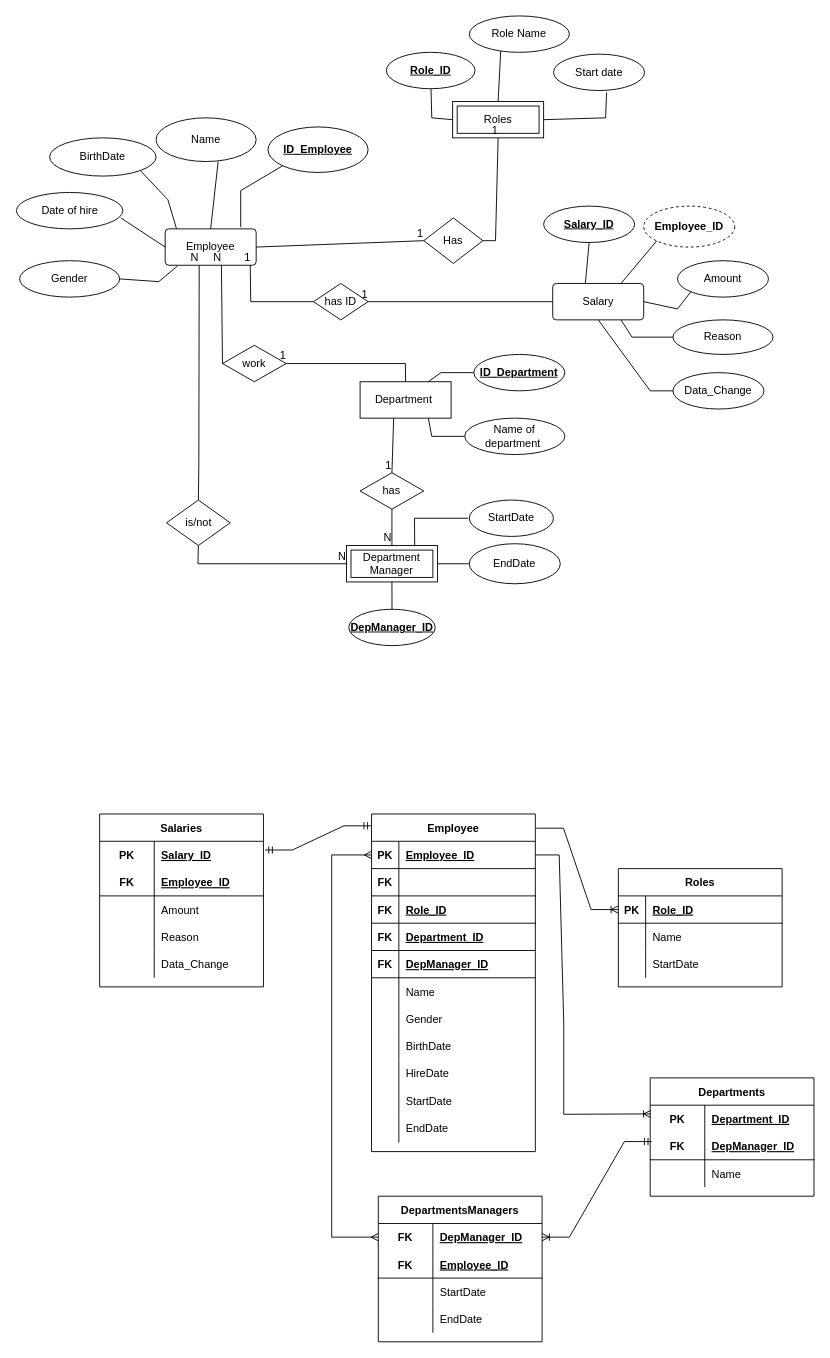
This is Untitled Diagram.drawio from Herikadesiree/webdev_CA1, a draw.io file, before an edit. Source tidied: cells renumbered, new cells numbered last; positions are measured from the earlier drawing's top-left corner, leaving out a move shared by most shapes. Both pictures are drawn from the tidied source at 91%, with x=0, y=0 at pixel (16, 15).
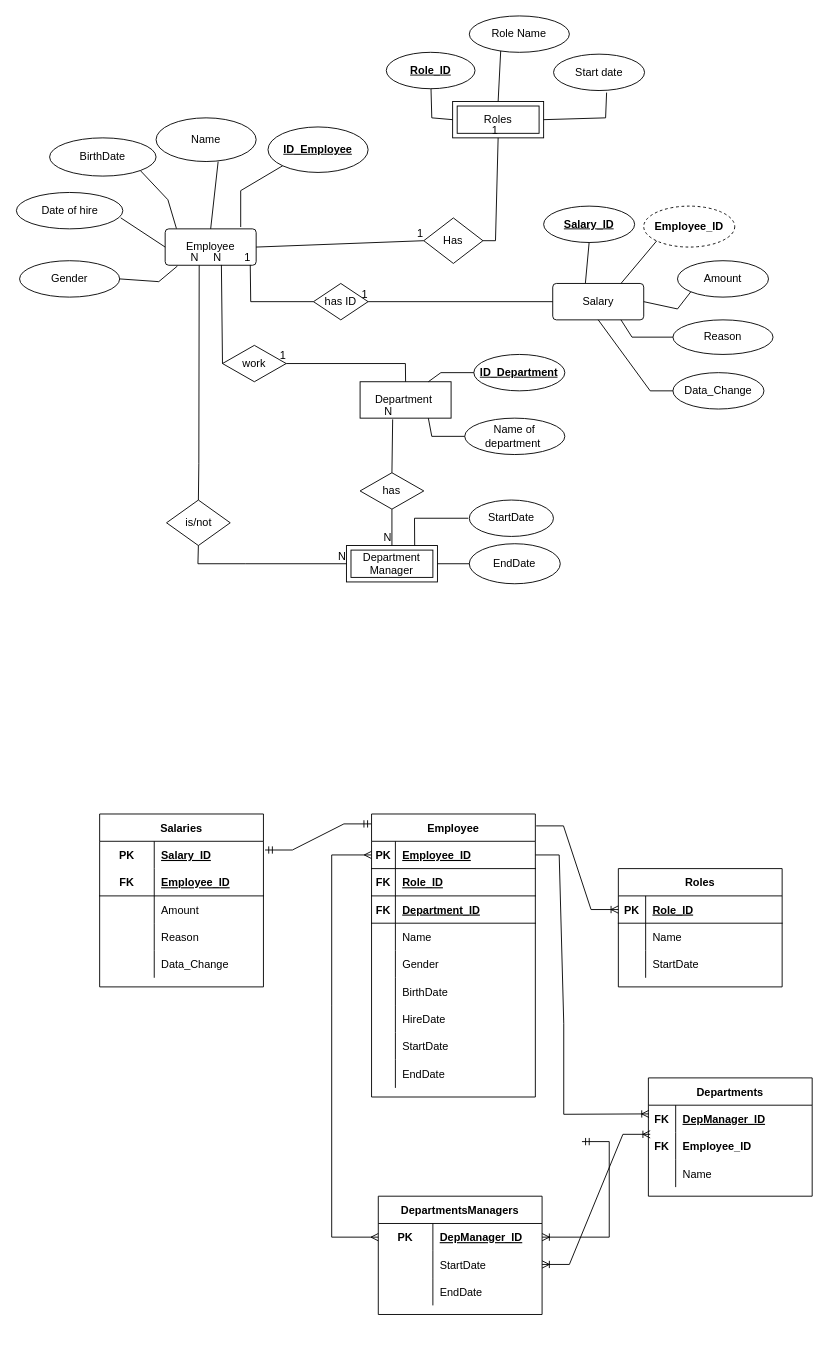
Above is the later version.

Unchanged cells that the change refers to:
```xml
<mxCell id="11" value="Department&amp;nbsp;" style="whiteSpace=wrap;html=1;align=center;" parent="1" vertex="1">
  <mxGeometry x="377.2" y="402" width="100" height="40" as="geometry" />
</mxCell>
<mxCell id="15" value="Department Manager" style="shape=ext;margin=3;double=1;whiteSpace=wrap;html=1;align=center;" parent="1" vertex="1">
  <mxGeometry x="362.2" y="582" width="100" height="40" as="geometry" />
</mxCell>
<mxCell id="21" style="shape=tableRow;horizontal=0;startSize=0;swimlaneHead=0;swimlaneBody=0;fillColor=none;points=[[0,0.5],[1,0.5]];portConstraint=eastwest;top=0;left=0;right=0;bottom=1;" parent="20" vertex="1">
  <mxGeometry y="30" width="180" height="30" as="geometry" />
</mxCell>
<mxCell id="65" style="shape=tableRow;horizontal=0;startSize=0;swimlaneHead=0;swimlaneBody=0;fillColor=none;points=[[0,0.5],[1,0.5]];portConstraint=eastwest;top=0;left=0;right=0;bottom=0;" parent="64" vertex="1">
  <mxGeometry y="30" width="180" height="30" as="geometry" />
</mxCell>
<mxCell id="96" value="has" style="shape=rhombus;perimeter=rhombusPerimeter;whiteSpace=wrap;html=1;align=center;" parent="1" vertex="1">
  <mxGeometry x="377.2" y="502" width="70" height="40" as="geometry" />
</mxCell>
<mxCell id="128" style="shape=tableRow;horizontal=0;startSize=0;swimlaneHead=0;swimlaneBody=0;fillColor=none;points=[[0,0.5],[1,0.5]];portConstraint=eastwest;top=0;left=0;right=0;bottom=0;" parent="127" vertex="1">
  <mxGeometry y="30" width="180" height="30" as="geometry" />
</mxCell>
```

The edit, as a diff of the source:
```diff
@@
     <mxCell id="20" value="Employee" style="shape=table;startSize=30;childLayout=tableLayout;rowLines=0;fontStyle=1;align=center;" parent="1" vertex="1">
-      <mxGeometry x="389.8" y="877" width="180" height="371" as="geometry" />
+      <mxGeometry x="389.8" y="877" width="180" height="311" as="geometry" />
     </mxCell>
@@
     <mxCell id="22" value="PK" style="shape=partialRectangle;fillColor=none;top=0;left=0;bottom=0;right=0;fontStyle=1;overflow=hidden;" parent="21" vertex="1">
-      <mxGeometry width="30" height="30" as="geometry" />
+      <mxGeometry width="26.2" height="30" as="geometry" />
     </mxCell>
     <mxCell id="23" value="Employee_ID" style="shape=partialRectangle;fillColor=none;top=0;left=0;bottom=0;right=0;align=left;spacingLeft=6;fontStyle=5;overflow=hidden;" parent="21" vertex="1">
-      <mxGeometry x="30" width="150" height="30" as="geometry" />
+      <mxGeometry x="26.2" width="153.8" height="30" as="geometry" />
     </mxCell>
-    <mxCell id="24" style="shape=tableRow;horizontal=0;startSize=0;swimlaneHead=0;swimlaneBody=0;fillColor=none;top=0;left=0;right=0;bottom=1;" parent="20" vertex="1">
-      <mxGeometry y="60" width="180" height="30" as="geometry" />
-    </mxCell>
-    <mxCell id="25" value="FK" style="shape=partialRectangle;fillColor=none;top=0;left=0;bottom=0;right=0;fontStyle=1;overflow=hidden;" parent="24" vertex="1">
-      <mxGeometry width="30" height="30" as="geometry" />
-    </mxCell>
-    <mxCell id="26" style="shape=partialRectangle;fillColor=none;top=0;left=0;bottom=0;right=0;align=left;spacingLeft=6;fontStyle=5;overflow=hidden;" parent="24" vertex="1">
-      <mxGeometry x="30" width="150" height="30" as="geometry" />
-    </mxCell>
     <mxCell id="27" style="shape=tableRow;horizontal=0;startSize=0;swimlaneHead=0;swimlaneBody=0;fillColor=none;top=0;left=0;right=0;bottom=1;" parent="20" vertex="1">
-      <mxGeometry y="90" width="180" height="30" as="geometry" />
+      <mxGeometry y="60" width="180" height="30" as="geometry" />
     </mxCell>
     <mxCell id="28" value="FK" style="shape=partialRectangle;fillColor=none;top=0;left=0;bottom=0;right=0;fontStyle=1;overflow=hidden;" parent="27" vertex="1">
-      <mxGeometry width="30" height="30" as="geometry" />
+      <mxGeometry width="26.2" height="30" as="geometry" />
     </mxCell>
     <mxCell id="29" value="Role_ID" style="shape=partialRectangle;fillColor=none;top=0;left=0;bottom=0;right=0;align=left;spacingLeft=6;fontStyle=5;overflow=hidden;" parent="27" vertex="1">
-      <mxGeometry x="30" width="150" height="30" as="geometry" />
+      <mxGeometry x="26.2" width="153.8" height="30" as="geometry" />
     </mxCell>
     <mxCell id="30" style="shape=tableRow;horizontal=0;startSize=0;swimlaneHead=0;swimlaneBody=0;fillColor=none;top=0;left=0;right=0;bottom=1;" parent="20" vertex="1">
-      <mxGeometry y="120" width="180" height="30" as="geometry" />
+      <mxGeometry y="90" width="180" height="30" as="geometry" />
     </mxCell>
     <mxCell id="31" value="FK" style="shape=partialRectangle;fillColor=none;top=0;left=0;bottom=0;right=0;fontStyle=1;overflow=hidden;" parent="30" vertex="1">
-      <mxGeometry width="30" height="30" as="geometry" />
+      <mxGeometry width="26.2" height="30" as="geometry" />
     </mxCell>
     <mxCell id="32" value="Department_ID" style="shape=partialRectangle;fillColor=none;top=0;left=0;bottom=0;right=0;align=left;spacingLeft=6;fontStyle=5;overflow=hidden;" parent="30" vertex="1">
-      <mxGeometry x="30" width="150" height="30" as="geometry" />
+      <mxGeometry x="26.2" width="153.8" height="30" as="geometry" />
     </mxCell>
-    <mxCell id="33" style="shape=tableRow;horizontal=0;startSize=0;swimlaneHead=0;swimlaneBody=0;fillColor=none;top=0;left=0;right=0;bottom=1;" parent="20" vertex="1">
-      <mxGeometry y="150" width="180" height="30" as="geometry" />
-    </mxCell>
-    <mxCell id="34" value="FK" style="shape=partialRectangle;fillColor=none;top=0;left=0;bottom=0;right=0;fontStyle=1;overflow=hidden;" parent="33" vertex="1">
-      <mxGeometry width="30" height="30" as="geometry" />
-    </mxCell>
-    <mxCell id="35" value="DepManager_ID" style="shape=partialRectangle;fillColor=none;top=0;left=0;bottom=0;right=0;align=left;spacingLeft=6;fontStyle=5;overflow=hidden;" parent="33" vertex="1">
-      <mxGeometry x="30" width="150" height="30" as="geometry" />
-    </mxCell>
     <mxCell id="36" style="shape=tableRow;horizontal=0;startSize=0;swimlaneHead=0;swimlaneBody=0;fillColor=none;top=0;left=0;right=0;bottom=0;" parent="20" vertex="1">
-      <mxGeometry y="180" width="180" height="30" as="geometry" />
+      <mxGeometry y="120" width="180" height="30" as="geometry" />
     </mxCell>
     <mxCell id="37" style="shape=partialRectangle;fillColor=none;top=0;left=0;bottom=0;right=0;overflow=hidden;" parent="36" vertex="1">
-      <mxGeometry width="30" height="30" as="geometry" />
+      <mxGeometry width="26.2" height="30" as="geometry" />
     </mxCell>
     <mxCell id="38" value="Name" style="shape=partialRectangle;fillColor=none;top=0;left=0;bottom=0;right=0;align=left;spacingLeft=6;overflow=hidden;" parent="36" vertex="1">
-      <mxGeometry x="30" width="150" height="30" as="geometry" />
+      <mxGeometry x="26.2" width="153.8" height="30" as="geometry" />
     </mxCell>
     <mxCell id="39" style="shape=tableRow;horizontal=0;startSize=0;swimlaneHead=0;swimlaneBody=0;fillColor=none;top=0;left=0;right=0;bottom=0;" parent="20" vertex="1">
-      <mxGeometry y="210" width="180" height="30" as="geometry" />
+      <mxGeometry y="150" width="180" height="30" as="geometry" />
     </mxCell>
     <mxCell id="40" style="shape=partialRectangle;fillColor=none;top=0;left=0;bottom=0;right=0;overflow=hidden;" parent="39" vertex="1">
-      <mxGeometry width="30" height="30" as="geometry" />
+      <mxGeometry width="26.2" height="30" as="geometry" />
     </mxCell>
     <mxCell id="41" value="Gender" style="shape=partialRectangle;fillColor=none;top=0;left=0;bottom=0;right=0;align=left;spacingLeft=6;overflow=hidden;" parent="39" vertex="1">
-      <mxGeometry x="30" width="150" height="30" as="geometry" />
+      <mxGeometry x="26.2" width="153.8" height="30" as="geometry" />
     </mxCell>
     <mxCell id="42" style="shape=tableRow;horizontal=0;startSize=0;swimlaneHead=0;swimlaneBody=0;fillColor=none;top=0;left=0;right=0;bottom=0;" parent="20" vertex="1">
-      <mxGeometry y="240" width="180" height="30" as="geometry" />
+      <mxGeometry y="180" width="180" height="30" as="geometry" />
     </mxCell>
     <mxCell id="43" style="shape=partialRectangle;fillColor=none;top=0;left=0;bottom=0;right=0;overflow=hidden;" parent="42" vertex="1">
-      <mxGeometry width="30" height="30" as="geometry" />
+      <mxGeometry width="26.2" height="30" as="geometry" />
     </mxCell>
     <mxCell id="44" value="BirthDate" style="shape=partialRectangle;fillColor=none;top=0;left=0;bottom=0;right=0;align=left;spacingLeft=6;overflow=hidden;" parent="42" vertex="1">
-      <mxGeometry x="30" width="150" height="30" as="geometry" />
+      <mxGeometry x="26.2" width="153.8" height="30" as="geometry" />
     </mxCell>
     <mxCell id="45" style="shape=tableRow;horizontal=0;startSize=0;swimlaneHead=0;swimlaneBody=0;fillColor=none;top=0;left=0;right=0;bottom=0;" parent="20" vertex="1">
-      <mxGeometry y="270" width="180" height="30" as="geometry" />
+      <mxGeometry y="210" width="180" height="30" as="geometry" />
     </mxCell>
     <mxCell id="46" style="shape=partialRectangle;fillColor=none;top=0;left=0;bottom=0;right=0;overflow=hidden;" parent="45" vertex="1">
-      <mxGeometry width="30" height="30" as="geometry" />
+      <mxGeometry width="26.2" height="30" as="geometry" />
     </mxCell>
     <mxCell id="47" value="HireDate" style="shape=partialRectangle;fillColor=none;top=0;left=0;bottom=0;right=0;align=left;spacingLeft=6;overflow=hidden;" parent="45" vertex="1">
-      <mxGeometry x="30" width="150" height="30" as="geometry" />
+      <mxGeometry x="26.2" width="153.8" height="30" as="geometry" />
     </mxCell>
     <mxCell id="48" style="shape=tableRow;horizontal=0;startSize=0;swimlaneHead=0;swimlaneBody=0;fillColor=none;top=0;left=0;right=0;bottom=0;" parent="20" vertex="1">
-      <mxGeometry y="300" width="180" height="30" as="geometry" />
+      <mxGeometry y="240" width="180" height="30" as="geometry" />
     </mxCell>
     <mxCell id="49" style="shape=partialRectangle;fillColor=none;top=0;left=0;bottom=0;right=0;overflow=hidden;" parent="48" vertex="1">
-      <mxGeometry width="30" height="30" as="geometry" />
+      <mxGeometry width="26.2" height="30" as="geometry" />
     </mxCell>
     <mxCell id="50" value="StartDate" style="shape=partialRectangle;fillColor=none;top=0;left=0;bottom=0;right=0;align=left;spacingLeft=6;overflow=hidden;" parent="48" vertex="1">
-      <mxGeometry x="30" width="150" height="30" as="geometry" />
+      <mxGeometry x="26.2" width="153.8" height="30" as="geometry" />
     </mxCell>
     <mxCell id="51" style="shape=tableRow;horizontal=0;startSize=0;swimlaneHead=0;swimlaneBody=0;fillColor=none;top=0;left=0;right=0;bottom=0;" parent="20" vertex="1">
-      <mxGeometry y="330" width="180" height="31" as="geometry" />
+      <mxGeometry y="270" width="180" height="31" as="geometry" />
     </mxCell>
     <mxCell id="52" style="shape=partialRectangle;fillColor=none;top=0;left=0;bottom=0;right=0;overflow=hidden;" parent="51" vertex="1">
-      <mxGeometry width="30" height="31" as="geometry" />
+      <mxGeometry width="26.2" height="31" as="geometry" />
     </mxCell>
     <mxCell id="53" value="EndDate" style="shape=partialRectangle;fillColor=none;top=0;left=0;bottom=0;right=0;align=left;spacingLeft=6;overflow=hidden;" parent="51" vertex="1">
-      <mxGeometry x="30" width="150" height="31" as="geometry" />
+      <mxGeometry x="26.2" width="153.8" height="31" as="geometry" />
     </mxCell>
@@
     <mxCell id="64" value="DepartmentsManagers" style="shape=table;startSize=30;childLayout=tableLayout;rowLines=0;fontStyle=1;align=center;" parent="1" vertex="1">
-      <mxGeometry x="397.2" y="1297" width="180" height="160" as="geometry" />
+      <mxGeometry x="397.2" y="1297" width="180" height="130" as="geometry" />
     </mxCell>
@@
-    <mxCell id="66" value="FK" style="shape=partialRectangle;fillColor=none;top=0;left=0;bottom=0;right=0;fontStyle=1;overflow=hidden;" parent="65" vertex="1">
+    <mxCell id="66" value="PK" style="shape=partialRectangle;fillColor=none;top=0;left=0;bottom=0;right=0;fontStyle=1;overflow=hidden;" parent="65" vertex="1">
       <mxGeometry width="60" height="30" as="geometry" />
     </mxCell>
@@
-    <mxCell id="68" style="shape=tableRow;horizontal=0;startSize=0;swimlaneHead=0;swimlaneBody=0;fillColor=none;top=0;left=0;right=0;bottom=1;" parent="64" vertex="1">
-      <mxGeometry y="60" width="180" height="30" as="geometry" />
-    </mxCell>
-    <mxCell id="69" value="FK" style="shape=partialRectangle;fillColor=none;top=0;left=0;bottom=0;right=0;fontStyle=1;overflow=hidden;" parent="68" vertex="1">
-      <mxGeometry width="60" height="30" as="geometry" />
-    </mxCell>
-    <mxCell id="70" value="Employee_ID" style="shape=partialRectangle;fillColor=none;top=0;left=0;bottom=0;right=0;align=left;spacingLeft=6;fontStyle=5;overflow=hidden;" parent="68" vertex="1">
-      <mxGeometry x="60" width="120" height="30" as="geometry" />
-    </mxCell>
     <mxCell id="71" style="shape=tableRow;horizontal=0;startSize=0;swimlaneHead=0;swimlaneBody=0;fillColor=none;points=[[0,0.5],[1,0.5]];portConstraint=eastwest;top=0;left=0;right=0;bottom=0;" parent="64" vertex="1">
-      <mxGeometry y="90" width="180" height="30" as="geometry" />
+      <mxGeometry y="60" width="180" height="30" as="geometry" />
     </mxCell>
@@
     <mxCell id="74" style="shape=tableRow;horizontal=0;startSize=0;swimlaneHead=0;swimlaneBody=0;fillColor=none;top=0;left=0;right=0;bottom=0;" parent="64" vertex="1">
-      <mxGeometry y="120" width="180" height="30" as="geometry" />
+      <mxGeometry y="90" width="180" height="30" as="geometry" />
     </mxCell>
@@
-    <mxCell id="94" style="edgeStyle=entityRelationEdgeStyle;fontSize=12;html=1;endArrow=ERoneToMany;startArrow=ERmandOne;rounded=0;entryX=1;entryY=0.5;entryDx=0;entryDy=0;exitX=0.009;exitY=0.333;exitDx=0;exitDy=0;exitPerimeter=0;" parent="1" edge="1" source="131" target="65">
-      <mxGeometry relative="1" as="geometry" />
+    <mxCell id="94" style="edgeStyle=entityRelationEdgeStyle;fontSize=12;html=1;endArrow=ERoneToMany;startArrow=ERmandOne;rounded=0;entryX=1;entryY=0.5;entryDx=0;entryDy=0;exitX=0.009;exitY=0.333;exitDx=0;exitDy=0;exitPerimeter=0;" parent="1" edge="1" target="65">
+      <mxGeometry relative="1" as="geometry">
+        <mxPoint x="621" y="1237" as="sourcePoint" />
+      </mxGeometry>
     </mxCell>
@@
-    <mxCell id="97" style="endArrow=none;html=1;rounded=0;entryX=0.5;entryY=0;entryDx=0;entryDy=0;exitX=0.369;exitY=0.997;exitDx=0;exitDy=0;exitPerimeter=0;" parent="1" edge="1" source="11" target="96">
-      <mxGeometry relative="1" as="geometry" />
-    </mxCell>
-    <mxCell id="98" value="1" style="html=1;align=right;verticalAlign=bottom;" parent="97" vertex="1">
-      <mxGeometry x="1" relative="1" as="geometry" />
-    </mxCell>
@@
-    <mxCell id="117" value="&lt;b&gt;DepManager_ID&lt;/b&gt;" style="ellipse;whiteSpace=wrap;html=1;align=center;fontStyle=4;" parent="1" vertex="1">
-      <mxGeometry x="364.8" y="652" width="95" height="40" as="geometry" />
-    </mxCell>
@@
     <mxCell id="127" value="Departments" style="shape=table;startSize=30;childLayout=tableLayout;rowLines=0;fontStyle=1;align=center;" parent="1" vertex="1">
-      <mxGeometry x="696" y="1167" width="180" height="130" as="geometry" />
+      <mxGeometry x="694" y="1167" width="180" height="130" as="geometry" />
     </mxCell>
@@
-    <mxCell id="129" value="PK" style="shape=partialRectangle;fillColor=none;top=0;left=0;bottom=0;right=0;fontStyle=1;overflow=hidden;" parent="128" vertex="1">
-      <mxGeometry width="60" height="30" as="geometry" />
+    <mxCell id="129" value="FK" style="shape=partialRectangle;fillColor=none;top=0;left=0;bottom=0;right=0;fontStyle=1;overflow=hidden;" parent="128" vertex="1">
+      <mxGeometry width="30" height="30" as="geometry" />
     </mxCell>
-    <mxCell id="130" value="Department_ID" style="shape=partialRectangle;fillColor=none;top=0;left=0;bottom=0;right=0;align=left;spacingLeft=6;fontStyle=5;overflow=hidden;" parent="128" vertex="1">
-      <mxGeometry x="60" width="120" height="30" as="geometry" />
+    <mxCell id="130" value="DepManager_ID" style="shape=partialRectangle;fillColor=none;top=0;left=0;bottom=0;right=0;align=left;spacingLeft=6;fontStyle=5;overflow=hidden;" parent="128" vertex="1">
+      <mxGeometry x="30" width="150" height="30" as="geometry" />
     </mxCell>
-    <mxCell id="131" style="shape=tableRow;horizontal=0;startSize=0;swimlaneHead=0;swimlaneBody=0;fillColor=none;points=[[0,0.5],[1,0.5]];portConstraint=eastwest;top=0;left=0;right=0;bottom=1;" parent="127" vertex="1">
-      <mxGeometry y="60" width="180" height="30" as="geometry" />
-    </mxCell>
-    <mxCell id="132" value="FK" style="shape=partialRectangle;fillColor=none;top=0;left=0;bottom=0;right=0;fontStyle=1;overflow=hidden;" parent="131" vertex="1">
-      <mxGeometry width="60" height="30" as="geometry" />
-    </mxCell>
-    <mxCell id="133" value="DepManager_ID" style="shape=partialRectangle;fillColor=none;top=0;left=0;bottom=0;right=0;align=left;spacingLeft=6;fontStyle=5;overflow=hidden;" parent="131" vertex="1">
-      <mxGeometry x="60" width="120" height="30" as="geometry" />
-    </mxCell>
     <mxCell id="134" style="shape=tableRow;horizontal=0;startSize=0;swimlaneHead=0;swimlaneBody=0;fillColor=none;top=0;left=0;right=0;bottom=0;" parent="127" vertex="1">
-      <mxGeometry y="90" width="180" height="30" as="geometry" />
+      <mxGeometry y="60" width="180" height="30" as="geometry" />
     </mxCell>
-    <mxCell id="135" style="shape=partialRectangle;fillColor=none;top=0;left=0;bottom=0;right=0;overflow=hidden;" parent="134" vertex="1">
-      <mxGeometry width="60" height="30" as="geometry" />
+    <mxCell id="135" value="FK" style="shape=partialRectangle;fillColor=none;top=0;left=0;bottom=0;right=0;overflow=hidden;fontStyle=1;" parent="134" vertex="1">
+      <mxGeometry width="30" height="30" as="geometry" />
     </mxCell>
-    <mxCell id="136" value="Name" style="shape=partialRectangle;fillColor=none;top=0;left=0;bottom=0;right=0;align=left;spacingLeft=6;overflow=hidden;" parent="134" vertex="1">
-      <mxGeometry x="60" width="120" height="30" as="geometry" />
+    <mxCell id="136" value="Employee_ID" style="shape=partialRectangle;fillColor=none;top=0;left=0;bottom=0;right=0;align=left;spacingLeft=6;overflow=hidden;fontStyle=1;" parent="134" vertex="1">
+      <mxGeometry x="30" width="150" height="30" as="geometry" />
     </mxCell>
+    <mxCell id="157" style="shape=tableRow;horizontal=0;startSize=0;swimlaneHead=0;swimlaneBody=0;fillColor=none;top=0;left=0;right=0;bottom=0;" parent="127" vertex="1">
+      <mxGeometry y="90" width="180" height="30" as="geometry" />
+    </mxCell>
+    <mxCell id="158" style="shape=partialRectangle;fillColor=none;top=0;left=0;bottom=0;right=0;overflow=hidden;" parent="157" vertex="1">
+      <mxGeometry width="30" height="30" as="geometry" />
+    </mxCell>
+    <mxCell id="159" value="Name" style="shape=partialRectangle;fillColor=none;top=0;left=0;bottom=0;right=0;align=left;spacingLeft=6;overflow=hidden;fontStyle=0;" parent="157" vertex="1">
+      <mxGeometry x="30" width="150" height="30" as="geometry" />
+    </mxCell>
@@
-    <mxCell id="156" style="endArrow=none;html=1;rounded=0;entryX=0.5;entryY=1;entryDx=0;entryDy=0;" parent="1" edge="1" source="117" target="15">
-      <mxGeometry relative="1" as="geometry" />
-    </mxCell>
+    <mxCell id="160" style="edgeStyle=entityRelationEdgeStyle;fontSize=12;html=1;endArrow=ERoneToMany;startArrow=ERoneToMany;rounded=0;exitX=1;exitY=0.5;exitDx=0;exitDy=0;" parent="1" edge="1" source="71">
+      <mxGeometry relative="1" as="geometry">
+        <mxPoint x="696" y="1229" as="targetPoint" />
+      </mxGeometry>
+    </mxCell>
+    <mxCell id="161" style="endArrow=none;html=1;rounded=0;exitX=0.5;exitY=0;exitDx=0;exitDy=0;entryX=0.358;entryY=1.033;entryDx=0;entryDy=0;entryPerimeter=0;" parent="1" edge="1" source="96" target="11">
+      <mxGeometry relative="1" as="geometry" />
+    </mxCell>
+    <mxCell id="162" value="N" style="html=1;align=right;verticalAlign=bottom;" parent="161" vertex="1">
+      <mxGeometry x="1" relative="1" as="geometry" />
+    </mxCell>
```
